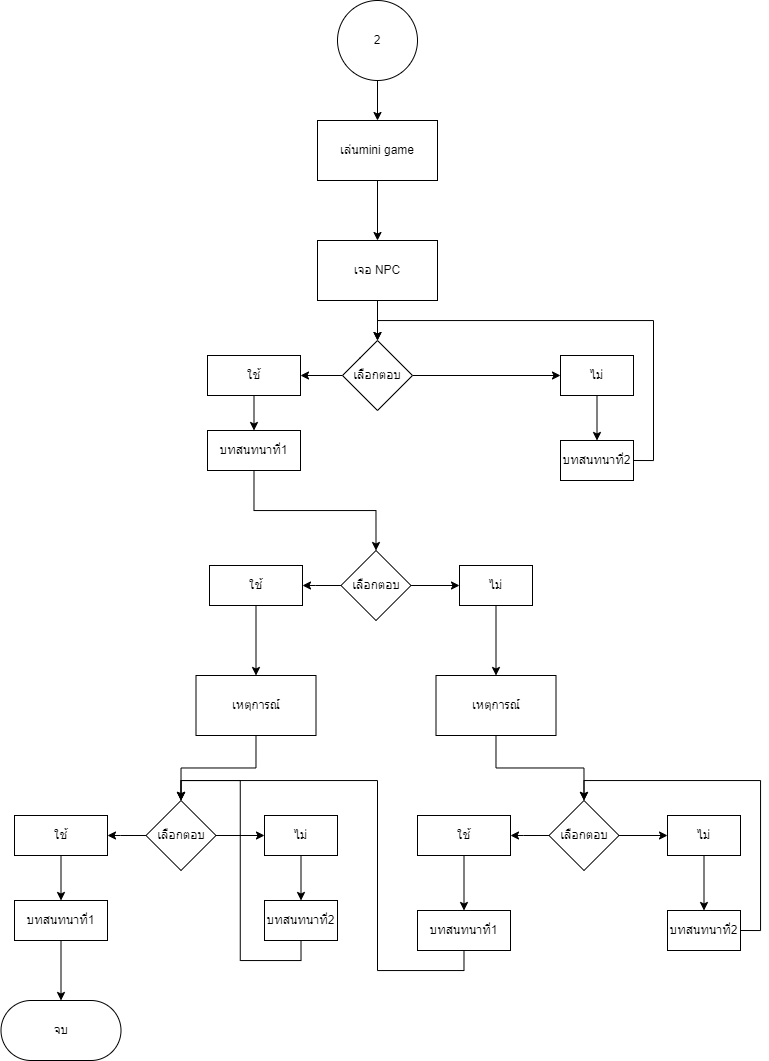
This is 47.drawio.png from Pundow/ww, a draw.io export, as it was before one commit. Source tidied: cells renumbered, new cells last; positions are measured from the earlier drawing's top-left corner, leaving out a move shared by most shapes.
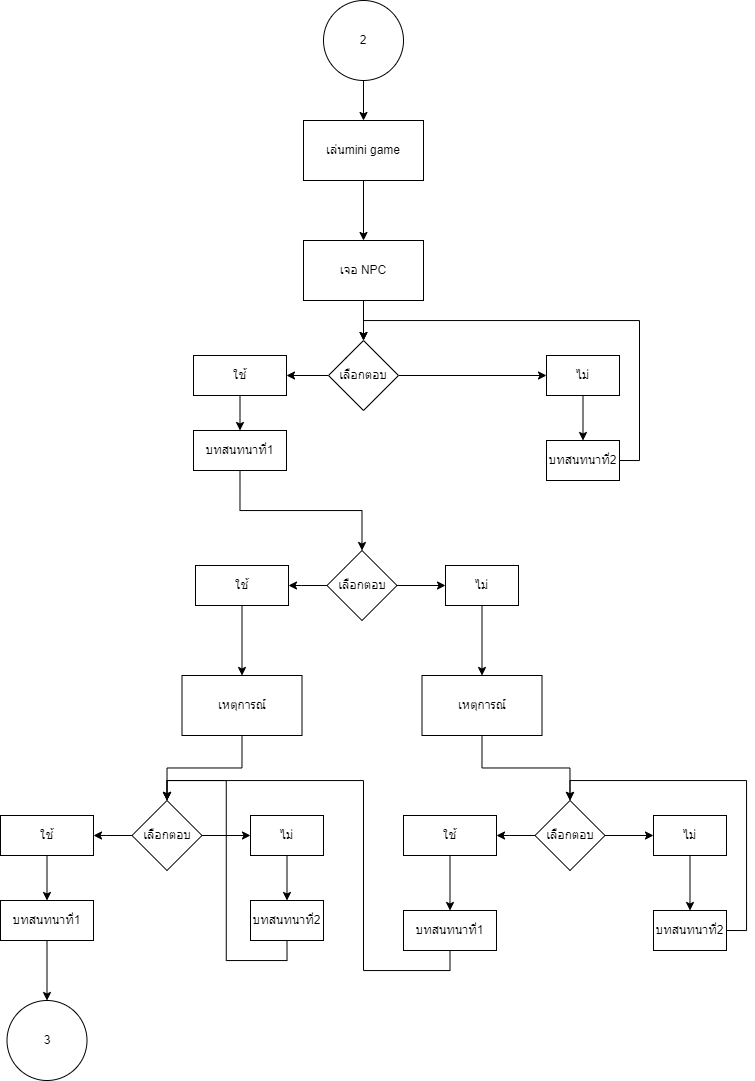
Above is the later version.

Diff of the diagram source:
```diff
@@ -134,8 +134,10 @@
     <mxCell id="45" value="บทสนทนาที่2" style="whiteSpace=wrap;html=1;labelBackgroundColor=none;rounded=1;arcSize=0;" parent="1" vertex="1">
       <mxGeometry x="263" y="900" width="73" height="40" as="geometry" />
     </mxCell>
-    <mxCell id="46" style="edgeStyle=orthogonalEdgeStyle;rounded=0;jettySize=auto;html=1;" parent="1" edge="1" source="47" target="52">
-      <mxGeometry relative="1" as="geometry" />
+    <mxCell id="46" style="edgeStyle=orthogonalEdgeStyle;rounded=0;jettySize=auto;html=1;" parent="1" edge="1" source="47">
+      <mxGeometry relative="1" as="geometry">
+        <mxPoint x="59.5" y="1000" as="targetPoint" />
+      </mxGeometry>
     </mxCell>
     <mxCell id="47" value="บทสนทนาที่1" style="whiteSpace=wrap;html=1;labelBackgroundColor=none;rounded=1;arcSize=0;" parent="1" vertex="1">
       <mxGeometry x="13" y="900" width="93" height="40" as="geometry" />
@@ -159,8 +161,8 @@
     <mxCell id="51" value="บทสนทนาที่1" style="whiteSpace=wrap;html=1;labelBackgroundColor=none;rounded=1;arcSize=0;" parent="1" vertex="1">
       <mxGeometry x="416" y="910" width="93" height="40" as="geometry" />
     </mxCell>
-    <mxCell id="52" value="จบ" style="whiteSpace=wrap;html=1;labelBackgroundColor=none;rounded=1;arcSize=50;" parent="1" vertex="1">
-      <mxGeometry x="-0.5" y="1000" width="120" height="60" as="geometry" />
-    </mxCell>
+    <mxCell id="53" value="3" style="ellipse;whiteSpace=wrap;html=1;labelBackgroundColor=none;rounded=1;arcSize=0;" parent="1" vertex="1">
+      <mxGeometry x="19.5" y="1000" width="80" height="80" as="geometry" />
+    </mxCell>
   </root>
 </mxGraphModel>
```
